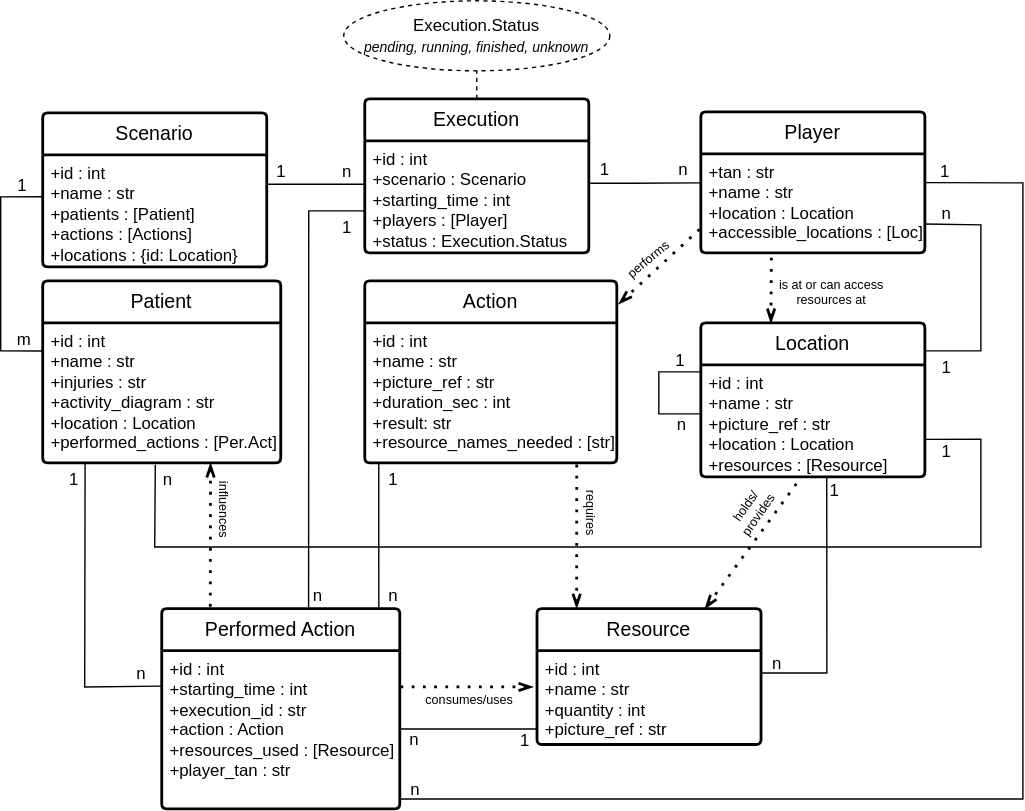
This is doc/server/entity_relation_runtime.svg from MANVSim/MANVSim, a draw.io export, as it was before one commit. Source tidied: cells renumbered, new cells last; positions are measured from the earlier drawing's top-left corner, leaving out a move shared by most shapes.
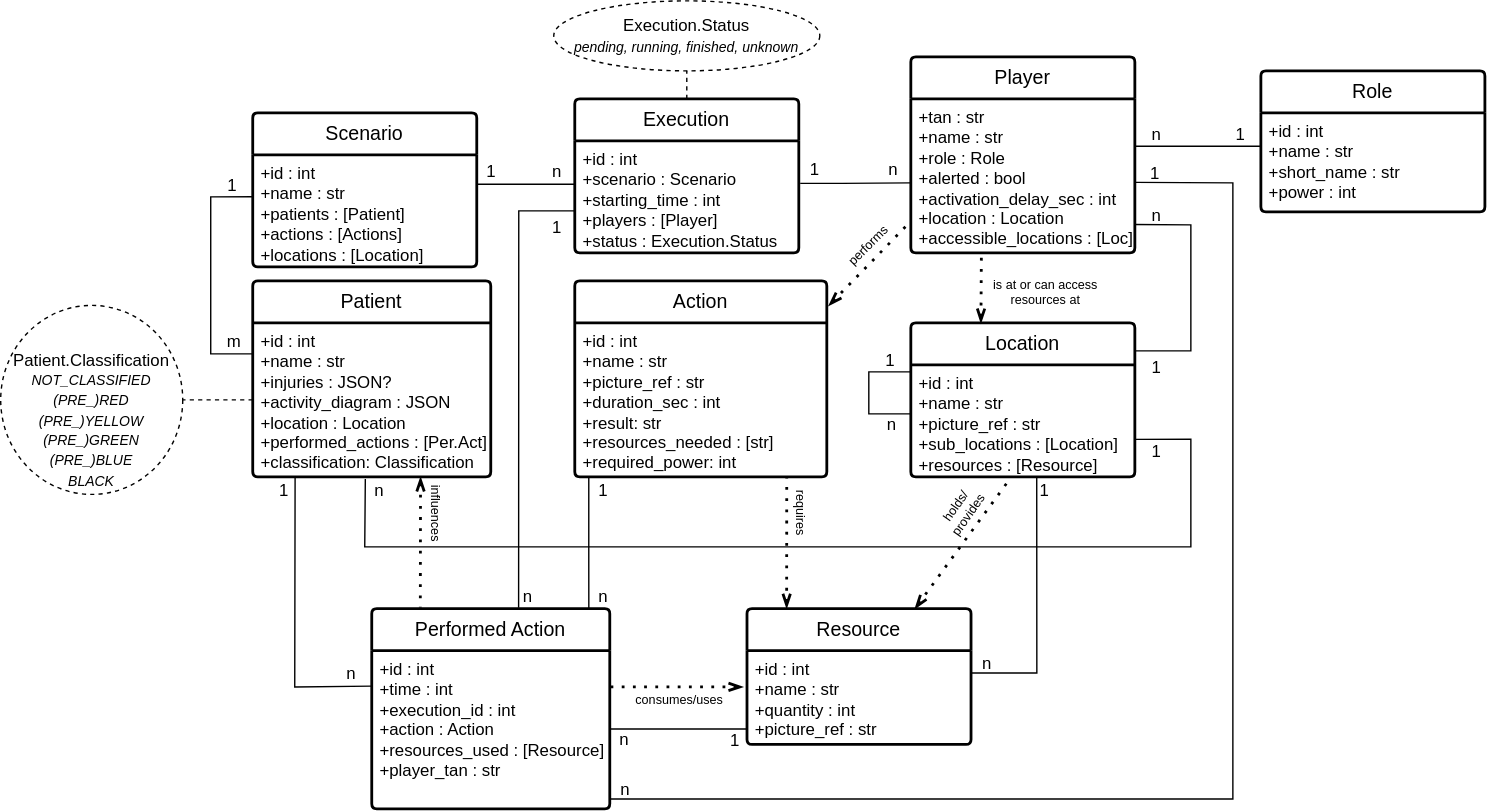
The same file after the commit.

Change to the diagram source:
```diff
@@ -5,19 +5,19 @@
     <mxCell id="2" value="Scenario" style="swimlane;horizontal=1;startSize=30;rounded=1;fontSize=14;fontStyle=0;strokeWidth=2;shadow=0;dashed=0;align=center;arcSize=4;whiteSpace=wrap;html=1;" parent="1" vertex="1">
       <mxGeometry x="30" y="80" width="160" height="110" as="geometry" />
     </mxCell>
-    <mxCell id="3" value="+id : int&lt;div&gt;+name : str&lt;br&gt;&lt;/div&gt;&lt;div&gt;+patients : [Patient]&lt;/div&gt;&lt;div&gt;+actions : [Actions]&lt;/div&gt;&lt;div&gt;+locations : {id: Location}&lt;/div&gt;" style="align=left;strokeColor=none;fillColor=none;spacingLeft=4;fontSize=12;verticalAlign=top;html=1;" parent="2" vertex="1">
+    <mxCell id="3" value="+id : int&lt;div&gt;+name : str&lt;br&gt;&lt;/div&gt;&lt;div&gt;+patients : [Patient]&lt;/div&gt;&lt;div&gt;+actions : [Actions]&lt;/div&gt;&lt;div&gt;+locations : [Location]&lt;/div&gt;" style="align=left;strokeColor=none;fillColor=none;spacingLeft=4;fontSize=12;verticalAlign=top;html=1;" parent="2" vertex="1">
       <mxGeometry y="30" width="160" height="80" as="geometry" />
     </mxCell>
     <mxCell id="4" value="Patient" style="swimlane;horizontal=1;startSize=30;rounded=1;fontSize=14;fontStyle=0;strokeWidth=2;shadow=0;dashed=0;align=center;arcSize=4;whiteSpace=wrap;html=1;" parent="1" vertex="1">
-      <mxGeometry x="30" y="200" width="170" height="130" as="geometry" />
+      <mxGeometry x="30" y="200" width="170" height="140" as="geometry" />
     </mxCell>
-    <mxCell id="5" value="+id : int&lt;div&gt;+name : str&lt;br&gt;&lt;/div&gt;&lt;div&gt;+injuries : str&lt;/div&gt;&lt;div&gt;+activity_diagram : str&lt;/div&gt;&lt;div&gt;+location : Location&lt;/div&gt;&lt;div&gt;+performed_actions : [Per.Act]&lt;/div&gt;" style="align=left;strokeColor=none;fillColor=none;spacingLeft=4;fontSize=12;verticalAlign=top;html=1;" parent="4" vertex="1">
-      <mxGeometry y="30" width="170" height="100" as="geometry" />
+    <mxCell id="5" value="+id : int&lt;div&gt;+name : str&lt;br&gt;&lt;/div&gt;&lt;div&gt;+injuries : JSON?&lt;/div&gt;&lt;div&gt;+activity_diagram : JSON&lt;/div&gt;&lt;div&gt;+location : Location&lt;/div&gt;&lt;div&gt;+performed_actions : [Per.Act]&lt;/div&gt;&lt;div&gt;+classification: Classification&lt;/div&gt;" style="align=left;strokeColor=none;fillColor=none;spacingLeft=4;fontSize=12;verticalAlign=top;html=1;" parent="4" vertex="1">
+      <mxGeometry y="30" width="170" height="110" as="geometry" />
     </mxCell>
     <mxCell id="6" style="endArrow=none;html=1;rounded=0;entryX=0.003;entryY=0.374;entryDx=0;entryDy=0;exitX=-0.001;exitY=0.201;exitDx=0;exitDy=0;exitPerimeter=0;entryPerimeter=0;" parent="1" edge="1" source="5" target="3">
       <mxGeometry relative="1" as="geometry">
         <Array as="points">
-          <mxPoint y="250" />
+          <mxPoint y="252" />
           <mxPoint y="140" />
         </Array>
       </mxGeometry>
@@ -33,10 +33,10 @@
       </mxGeometry>
     </mxCell>
     <mxCell id="9" value="Action" style="swimlane;horizontal=1;startSize=30;rounded=1;fontSize=14;fontStyle=0;strokeWidth=2;shadow=0;dashed=0;align=center;arcSize=4;whiteSpace=wrap;html=1;" parent="1" vertex="1">
-      <mxGeometry x="260" y="200" width="180" height="130" as="geometry" />
+      <mxGeometry x="260" y="200" width="180" height="140" as="geometry" />
     </mxCell>
-    <mxCell id="10" value="+id : int&lt;div&gt;+name : str&lt;br&gt;&lt;/div&gt;&lt;div&gt;+picture_ref : str&lt;/div&gt;&lt;div&gt;+duration_sec : int&lt;/div&gt;&lt;div&gt;+result: str&lt;/div&gt;&lt;div&gt;+resource_names_needed : [str]&lt;/div&gt;" style="align=left;strokeColor=none;fillColor=none;spacingLeft=4;fontSize=12;verticalAlign=top;html=1;" parent="9" vertex="1">
-      <mxGeometry y="30" width="180" height="100" as="geometry" />
+    <mxCell id="10" value="+id : int&lt;div&gt;+name : str&lt;br&gt;&lt;/div&gt;&lt;div&gt;+picture_ref : str&lt;/div&gt;&lt;div&gt;+duration_sec : int&lt;/div&gt;&lt;div&gt;+result: str&lt;/div&gt;&lt;div&gt;+resources_needed : [str]&lt;/div&gt;&lt;div&gt;+required_power: int&lt;/div&gt;" style="align=left;strokeColor=none;fillColor=none;spacingLeft=4;fontSize=12;verticalAlign=top;html=1;" parent="9" vertex="1">
+      <mxGeometry y="30" width="180" height="110" as="geometry" />
     </mxCell>
     <mxCell id="11" value="Execution" style="swimlane;horizontal=1;startSize=30;rounded=1;fontSize=14;fontStyle=0;strokeWidth=2;shadow=0;dashed=0;align=center;arcSize=4;whiteSpace=wrap;html=1;" parent="1" vertex="1">
       <mxGeometry x="260" y="70" width="160" height="110" as="geometry" />
@@ -45,10 +45,10 @@
       <mxGeometry y="30" width="160" height="80" as="geometry" />
     </mxCell>
     <mxCell id="13" value="Player" style="swimlane;horizontal=1;startSize=30;rounded=1;fontSize=14;fontStyle=0;strokeWidth=2;shadow=0;dashed=0;align=center;arcSize=4;whiteSpace=wrap;html=1;" parent="1" vertex="1">
-      <mxGeometry x="500" y="79.3" width="160" height="100.7" as="geometry" />
+      <mxGeometry x="500" y="40" width="160" height="140" as="geometry" />
     </mxCell>
-    <mxCell id="14" value="+tan : str&lt;div&gt;&lt;div&gt;+name : str&lt;br&gt;&lt;/div&gt;&lt;/div&gt;&lt;div&gt;+location : Location&lt;/div&gt;&lt;div&gt;+accessible_locations : [Loc]&lt;/div&gt;" style="align=left;strokeColor=none;fillColor=none;spacingLeft=4;fontSize=12;verticalAlign=top;html=1;" parent="13" vertex="1">
-      <mxGeometry y="30" width="160" height="70.7" as="geometry" />
+    <mxCell id="14" value="+tan : str&lt;div&gt;&lt;div&gt;+name : str&lt;br&gt;&lt;/div&gt;&lt;/div&gt;&lt;div&gt;+role : Role&lt;/div&gt;&lt;div&gt;+alerted : bool&lt;/div&gt;&lt;div&gt;+activation_delay_sec : int&lt;/div&gt;&lt;div&gt;+location : Location&lt;/div&gt;&lt;div&gt;+accessible_locations : [Loc]&lt;/div&gt;" style="align=left;strokeColor=none;fillColor=none;spacingLeft=4;fontSize=12;verticalAlign=top;html=1;" parent="13" vertex="1">
+      <mxGeometry y="30" width="160" height="110" as="geometry" />
     </mxCell>
     <mxCell id="15" style="endArrow=none;html=1;rounded=0;" parent="1" edge="1">
       <mxGeometry relative="1" as="geometry">
@@ -70,7 +70,7 @@
     <mxCell id="18" value="Location" style="swimlane;horizontal=1;startSize=30;rounded=1;fontSize=14;fontStyle=0;strokeWidth=2;shadow=0;dashed=0;align=center;arcSize=4;whiteSpace=wrap;html=1;" parent="1" vertex="1">
       <mxGeometry x="500" y="230" width="160" height="110" as="geometry" />
     </mxCell>
-    <mxCell id="19" value="+id : int&lt;div&gt;+name : str&lt;br&gt;&lt;/div&gt;&lt;div&gt;+&lt;span style=&quot;background-color: initial;&quot;&gt;picture_ref : str&amp;nbsp;&lt;/span&gt;&lt;/div&gt;&lt;div&gt;+&lt;span style=&quot;background-color: initial;&quot;&gt;location : Location&lt;/span&gt;&lt;/div&gt;&lt;div&gt;&lt;span style=&quot;background-color: initial;&quot;&gt;+resources : [Resource]&lt;/span&gt;&lt;/div&gt;" style="align=left;strokeColor=none;fillColor=none;spacingLeft=4;fontSize=12;verticalAlign=top;html=1;" parent="18" vertex="1">
+    <mxCell id="19" value="+id : int&lt;div&gt;+name : str&lt;br&gt;&lt;/div&gt;&lt;div&gt;+&lt;span style=&quot;background-color: initial;&quot;&gt;picture_ref : str&amp;nbsp;&lt;/span&gt;&lt;/div&gt;&lt;div&gt;+sub_&lt;span style=&quot;background-color: initial;&quot;&gt;locations : [Location]&lt;/span&gt;&lt;/div&gt;&lt;div&gt;&lt;span style=&quot;background-color: initial;&quot;&gt;+resources : [Resource]&lt;/span&gt;&lt;/div&gt;" style="align=left;strokeColor=none;fillColor=none;spacingLeft=4;fontSize=12;verticalAlign=top;html=1;" parent="18" vertex="1">
       <mxGeometry y="30" width="160" height="80" as="geometry" />
     </mxCell>
     <mxCell id="20" value="Resource" style="swimlane;horizontal=1;startSize=30;rounded=1;fontSize=14;fontStyle=0;strokeWidth=2;shadow=0;dashed=0;align=center;arcSize=4;whiteSpace=wrap;html=1;" parent="1" vertex="1">
@@ -124,7 +124,7 @@
     <mxCell id="29" value="1" style="html=1;whiteSpace=wrap;align=right;verticalAlign=bottom;" parent="1" vertex="1">
       <mxGeometry x="600" y="357.8" as="geometry" />
     </mxCell>
-    <mxCell id="30" style="endArrow=none;html=1;rounded=0;entryX=1;entryY=0.25;entryDx=0;entryDy=0;exitX=0.998;exitY=0.708;exitDx=0;exitDy=0;strokeColor=#000000;exitPerimeter=0;" parent="1" edge="1" source="14">
+    <mxCell id="30" style="endArrow=none;html=1;rounded=0;entryX=1;entryY=0.25;entryDx=0;entryDy=0;exitX=0.997;exitY=0.816;exitDx=0;exitDy=0;strokeColor=#000000;exitPerimeter=0;" parent="1" edge="1" source="14">
       <mxGeometry relative="1" as="geometry">
         <mxPoint x="660" y="250" as="targetPoint" />
         <Array as="points">
@@ -135,7 +135,7 @@
     </mxCell>
     <mxCell id="31" value="n" style="html=1;whiteSpace=wrap;align=right;verticalAlign=bottom;strokeColor=#007FFF;fontColor=#000000;" parent="30" vertex="1">
       <mxGeometry x="1" relative="1" as="geometry">
-        <mxPoint x="20" y="-90" as="offset" />
+        <mxPoint x="20" y="-88" as="offset" />
       </mxGeometry>
     </mxCell>
     <mxCell id="32" value="1" style="html=1;whiteSpace=wrap;align=right;verticalAlign=bottom;fontColor=#000000;" parent="1" vertex="1">
@@ -159,13 +159,13 @@
       <mxGeometry x="436" y="129.3" as="geometry" />
     </mxCell>
     <mxCell id="36" value="n" style="html=1;whiteSpace=wrap;align=right;verticalAlign=bottom;" parent="1" vertex="1">
-      <mxGeometry x="124.5" y="350" as="geometry" />
+      <mxGeometry x="124.5" y="357.8" as="geometry" />
     </mxCell>
     <mxCell id="37" style="endArrow=none;dashed=1;html=1;dashPattern=1 3;strokeWidth=2;rounded=0;startArrow=openThin;startFill=0;exitX=0.705;exitY=1.002;exitDx=0;exitDy=0;entryX=0.204;entryY=-0.006;entryDx=0;entryDy=0;entryPerimeter=0;exitPerimeter=0;" parent="1" edge="1" source="5" target="45">
       <mxGeometry relative="1" as="geometry" />
     </mxCell>
     <mxCell id="38" value="influences" style="text;html=1;align=center;verticalAlign=middle;whiteSpace=wrap;rounded=0;fontSize=9;rotation=90;" parent="1" vertex="1">
-      <mxGeometry x="121.8" y="360.6" width="75.5" height="5" as="geometry" />
+      <mxGeometry x="123.6" y="362.2" width="75.5" height="6.9" as="geometry" />
     </mxCell>
     <mxCell id="39" style="endArrow=none;dashed=1;html=1;dashPattern=1 3;strokeWidth=2;rounded=0;startArrow=openThin;startFill=0;entryX=0.841;entryY=1.002;entryDx=0;entryDy=0;entryPerimeter=0;exitX=0.177;exitY=-0.004;exitDx=0;exitDy=0;exitPerimeter=0;" parent="1" edge="1" source="20" target="10">
       <mxGeometry relative="1" as="geometry" />
@@ -187,12 +187,12 @@
       </mxGeometry>
     </mxCell>
     <mxCell id="44" value="is at or can access resources at" style="text;html=1;align=center;verticalAlign=middle;whiteSpace=wrap;rounded=0;fontSize=9;rotation=0;" parent="1" vertex="1">
-      <mxGeometry x="540" y="200" width="106.9" height="15.6" as="geometry" />
+      <mxGeometry x="543" y="200" width="106.9" height="15.6" as="geometry" />
     </mxCell>
     <mxCell id="45" value="Performed Action" style="swimlane;horizontal=1;startSize=30;rounded=1;fontSize=14;fontStyle=0;strokeWidth=2;shadow=0;dashed=0;align=center;arcSize=4;whiteSpace=wrap;html=1;" parent="1" vertex="1">
       <mxGeometry x="115" y="434.1" width="170" height="143" as="geometry" />
     </mxCell>
-    <mxCell id="46" value="+id : int&lt;div&gt;+starting_time : int&lt;br&gt;&lt;/div&gt;&lt;div&gt;+execution_id : str&lt;/div&gt;&lt;div&gt;+action : Action&lt;/div&gt;&lt;div&gt;+resources_used : [Resource]&lt;/div&gt;&lt;div&gt;+player_tan : str&lt;/div&gt;" style="align=left;strokeColor=none;fillColor=none;spacingLeft=4;fontSize=12;verticalAlign=top;html=1;" parent="45" vertex="1">
+    <mxCell id="46" value="+id : int&lt;div&gt;+time : int&lt;br&gt;&lt;/div&gt;&lt;div&gt;+execution_id : int&lt;/div&gt;&lt;div&gt;+action : Action&lt;/div&gt;&lt;div&gt;+resources_used : [Resource]&lt;/div&gt;&lt;div&gt;+player_tan : str&lt;/div&gt;" style="align=left;strokeColor=none;fillColor=none;spacingLeft=4;fontSize=12;verticalAlign=top;html=1;" parent="45" vertex="1">
       <mxGeometry y="30" width="170" height="113" as="geometry" />
     </mxCell>
     <mxCell id="47" style="endArrow=none;html=1;rounded=0;exitX=0;exitY=0.75;exitDx=0;exitDy=0;entryX=0.617;entryY=-0.004;entryDx=0;entryDy=0;entryPerimeter=0;" parent="1" edge="1" target="45">
@@ -224,11 +224,11 @@
       </mxGeometry>
     </mxCell>
     <mxCell id="52" value="1" style="html=1;whiteSpace=wrap;align=right;verticalAlign=bottom;" parent="1" vertex="1">
-      <mxGeometry x="57" y="350" as="geometry" />
+      <mxGeometry x="57" y="357.8" as="geometry" />
     </mxCell>
     <mxCell id="53" style="endArrow=none;html=1;rounded=0;entryX=0.912;entryY=-0.003;entryDx=0;entryDy=0;entryPerimeter=0;" parent="1" edge="1" target="45">
       <mxGeometry relative="1" as="geometry">
-        <mxPoint x="270" y="330" as="sourcePoint" />
+        <mxPoint x="270" y="340" as="sourcePoint" />
         <Array as="points">
           <mxPoint x="270" y="402" />
         </Array>
@@ -240,9 +240,9 @@
       </mxGeometry>
     </mxCell>
     <mxCell id="55" value="1" style="html=1;whiteSpace=wrap;align=right;verticalAlign=bottom;" parent="1" vertex="1">
-      <mxGeometry x="285" y="350" as="geometry" />
+      <mxGeometry x="285" y="357.8" as="geometry" />
     </mxCell>
-    <mxCell id="56" style="endArrow=none;html=1;rounded=0;entryX=0.999;entryY=0.29;entryDx=0;entryDy=0;entryPerimeter=0;" parent="1" edge="1" target="14">
+    <mxCell id="56" style="endArrow=none;html=1;rounded=0;entryX=1.002;entryY=0.542;entryDx=0;entryDy=0;entryPerimeter=0;" parent="1" edge="1" target="14">
       <mxGeometry relative="1" as="geometry">
         <mxPoint x="285" y="570" as="sourcePoint" />
         <Array as="points">
@@ -258,14 +258,14 @@
     </mxCell>
     <mxCell id="58" value="1" style="html=1;whiteSpace=wrap;align=right;verticalAlign=bottom;" parent="56" vertex="1">
       <mxGeometry x="1" relative="1" as="geometry">
-        <mxPoint x="19" as="offset" />
+        <mxPoint x="19" y="2" as="offset" />
       </mxGeometry>
     </mxCell>
-    <mxCell id="59" style="endArrow=none;dashed=1;html=1;dashPattern=1 3;strokeWidth=2;rounded=0;startArrow=openThin;startFill=0;entryX=0;entryY=0.75;entryDx=0;entryDy=0;exitX=1.008;exitY=0.126;exitDx=0;exitDy=0;exitPerimeter=0;" parent="1" edge="1" source="9" target="14">
+    <mxCell id="59" style="endArrow=none;dashed=1;html=1;dashPattern=1 3;strokeWidth=2;rounded=0;startArrow=openThin;startFill=0;entryX=-0.001;entryY=0.796;entryDx=0;entryDy=0;exitX=1.008;exitY=0.126;exitDx=0;exitDy=0;exitPerimeter=0;entryPerimeter=0;" parent="1" edge="1" source="9" target="14">
       <mxGeometry relative="1" as="geometry" />
     </mxCell>
-    <mxCell id="60" value="performs" style="text;html=1;align=center;verticalAlign=middle;whiteSpace=wrap;rounded=0;fontSize=9;rotation=-40;" parent="1" vertex="1">
-      <mxGeometry x="428" y="180" width="70" height="10" as="geometry" />
+    <mxCell id="60" value="performs" style="text;html=1;align=center;verticalAlign=middle;whiteSpace=wrap;rounded=0;fontSize=9;rotation=-45;" parent="1" vertex="1">
+      <mxGeometry x="435" y="167.9" width="70" height="14.3" as="geometry" />
     </mxCell>
     <mxCell id="61" style="endArrow=none;dashed=1;html=1;dashPattern=1 3;strokeWidth=2;rounded=0;startArrow=openThin;startFill=0;entryX=1;entryY=0.569;entryDx=0;entryDy=0;entryPerimeter=0;" parent="1" edge="1">
       <mxGeometry relative="1" as="geometry">
@@ -297,5 +297,26 @@
     <mxCell id="67" value="1" style="html=1;whiteSpace=wrap;align=right;verticalAlign=bottom;" parent="1" vertex="1">
       <mxGeometry x="379" y="537" as="geometry" />
     </mxCell>
+    <mxCell id="68" value="Role" style="swimlane;horizontal=1;startSize=30;rounded=1;fontSize=14;fontStyle=0;strokeWidth=2;shadow=0;dashed=0;align=center;arcSize=4;whiteSpace=wrap;html=1;" parent="1" vertex="1">
+      <mxGeometry x="750" y="50" width="160" height="100.7" as="geometry" />
+    </mxCell>
+    <mxCell id="69" value="+id : int&lt;div&gt;+name : str&lt;/div&gt;&lt;div&gt;+short_name : str&lt;/div&gt;&lt;div&gt;+power : int&lt;/div&gt;" style="align=left;strokeColor=none;fillColor=none;spacingLeft=4;fontSize=12;verticalAlign=top;html=1;" parent="68" vertex="1">
+      <mxGeometry y="30" width="160" height="70.7" as="geometry" />
+    </mxCell>
+    <mxCell id="70" style="endArrow=none;html=1;rounded=0;entryX=0.001;entryY=0.337;entryDx=0;entryDy=0;exitX=1;exitY=0.308;exitDx=0;exitDy=0;exitPerimeter=0;entryPerimeter=0;" parent="1" edge="1" source="14" target="69">
+      <mxGeometry relative="1" as="geometry" />
+    </mxCell>
+    <mxCell id="71" value="n" style="html=1;whiteSpace=wrap;align=right;verticalAlign=bottom;strokeColor=#007FFF;fontColor=#000000;" parent="1" vertex="1">
+      <mxGeometry x="680" y="104" as="geometry" />
+    </mxCell>
+    <mxCell id="72" value="1" style="html=1;whiteSpace=wrap;align=right;verticalAlign=bottom;" parent="1" vertex="1">
+      <mxGeometry x="740" y="104" as="geometry" />
+    </mxCell>
+    <mxCell id="73" value="&lt;div&gt;&lt;br&gt;&lt;/div&gt;&lt;div&gt;&lt;br&gt;&lt;/div&gt;Patient.Classification&lt;br&gt;&lt;span style=&quot;font-size: 10px;&quot;&gt;&lt;i&gt;NOT_CLASSIFIED&lt;/i&gt;&lt;/span&gt;&lt;div&gt;&lt;span style=&quot;font-size: 10px;&quot;&gt;&lt;i&gt;(PRE_)RED&lt;/i&gt;&lt;/span&gt;&lt;/div&gt;&lt;div&gt;&lt;i style=&quot;font-size: 10px;&quot;&gt;(PRE_)YELLOW&lt;/i&gt;&lt;br&gt;&lt;/div&gt;&lt;div&gt;&lt;i style=&quot;font-size: 10px;&quot;&gt;(PRE_)GREEN&lt;/i&gt;&lt;i style=&quot;font-size: 10px;&quot;&gt;&lt;br&gt;&lt;/i&gt;&lt;/div&gt;&lt;div&gt;&lt;i style=&quot;font-size: 10px;&quot;&gt;(PRE_)BLUE&lt;/i&gt;&lt;i style=&quot;font-size: 10px;&quot;&gt;&lt;br&gt;&lt;/i&gt;&lt;/div&gt;&lt;div&gt;&lt;i style=&quot;font-size: 10px;&quot;&gt;BLACK&lt;/i&gt;&lt;/div&gt;" style="ellipse;whiteSpace=wrap;html=1;align=center;dashed=1;" parent="1" vertex="1">
+      <mxGeometry x="-150" y="217.5" width="130" height="135" as="geometry" />
+    </mxCell>
+    <mxCell id="74" style="endArrow=none;dashed=1;html=1;rounded=0;exitX=0;exitY=0.5;exitDx=0;exitDy=0;entryX=1;entryY=0.5;entryDx=0;entryDy=0;" parent="1" edge="1" source="5" target="73">
+      <mxGeometry relative="1" as="geometry" />
+    </mxCell>
   </root>
 </mxGraphModel>
```
